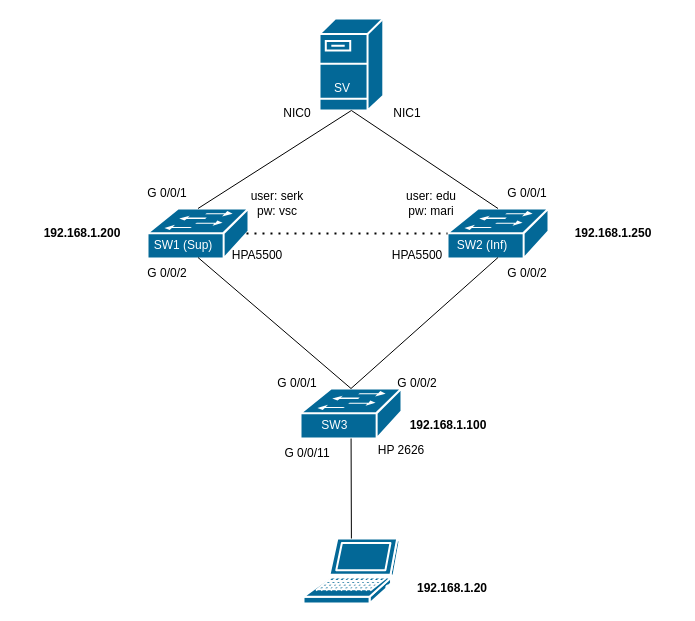
Above: Topology.drawio in serkVSC/VDRES_Configuracoes (draw.io), before the change. Source tidied: cells renumbered, new cells numbered last; positions are measured from the earlier drawing's top-left corner, leaving out a move shared by most shapes. Both pictures are drawn from the tidied source at 100%, with x=0, y=0 at pixel (17, 18).
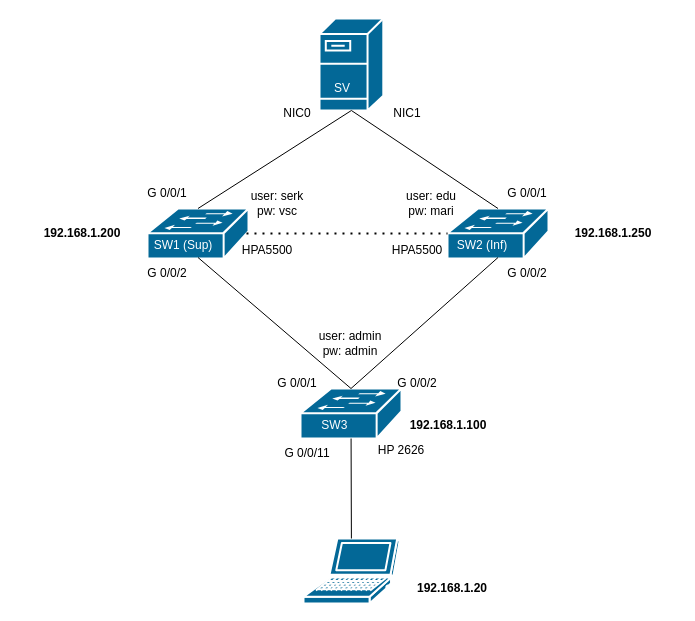
The same page after the edit.

Commit message (it also covers changes not shown here):
Update Topology e VDRES

Diff of the diagram source:
```diff
@@
     <mxCell id="27" value="&lt;font color=&quot;#000000&quot;&gt;HPA5500&lt;/font&gt;" style="text;html=1;strokeColor=none;fillColor=none;align=center;verticalAlign=middle;whiteSpace=wrap;rounded=0;fontColor=#FFFFFF;" parent="1" vertex="1">
-      <mxGeometry x="210" y="222" width="60" height="30" as="geometry" />
+      <mxGeometry x="220" y="217" width="60" height="30" as="geometry" />
     </mxCell>
     <mxCell id="28" value="&lt;font color=&quot;#000000&quot;&gt;HPA5500&lt;/font&gt;" style="text;html=1;strokeColor=none;fillColor=none;align=center;verticalAlign=middle;whiteSpace=wrap;rounded=0;fontColor=#FFFFFF;" parent="1" vertex="1">
-      <mxGeometry x="370" y="222" width="60" height="30" as="geometry" />
+      <mxGeometry x="370" y="217" width="60" height="30" as="geometry" />
     </mxCell>
@@
+    <mxCell id="36" value="user: admin&lt;br&gt;pw: admin" style="text;html=1;strokeColor=none;fillColor=none;align=center;verticalAlign=middle;whiteSpace=wrap;rounded=0;" parent="1" vertex="1">
+      <mxGeometry x="300" y="310" width="65.8" height="30" as="geometry" />
+    </mxCell>
```
